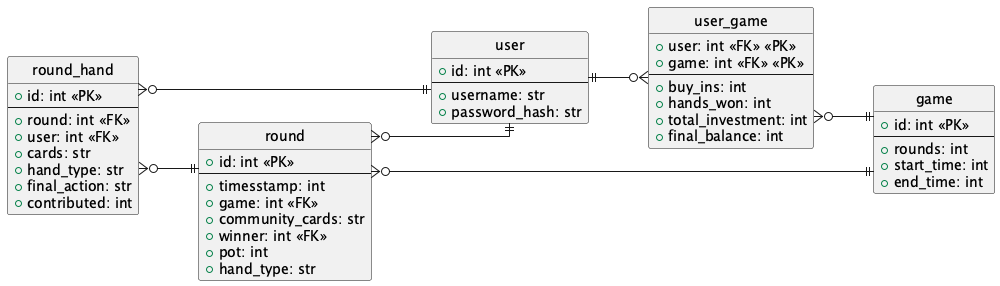
This is 18-poker/db.png from LilleAila/it1, a PlantUML export, as it was before one commit.
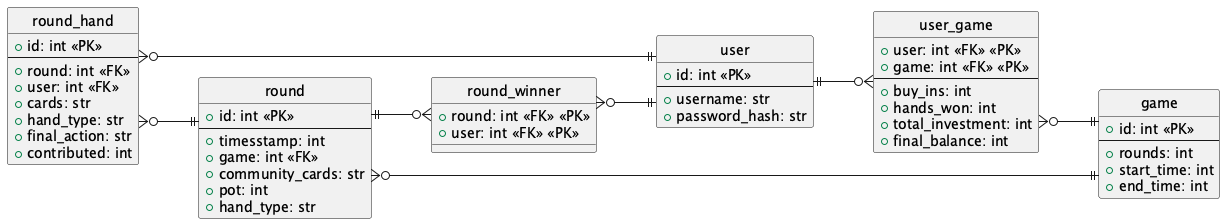
Later version of the same file.

What changed in the source:
```diff
@@ -34,9 +34,13 @@
   +timesstamp: int
   +game: int <<FK>>
   +community_cards: str
-  +winner: int <<FK>>
   +pot: int
   +hand_type: str
+}
+
+entity round_winner {
+  +round: int <<FK>> <<PK>>
+  +user: int <<FK>> <<PK>>
 }
 
 entity round_hand {
@@ -55,5 +59,6 @@
 round }o--|| game
 round_hand }o--|| round
 round_hand }o--|| user
-round }o--|| user
+round ||--o{ round_winner
+round_winner }o--|| user
 @enduml
```
